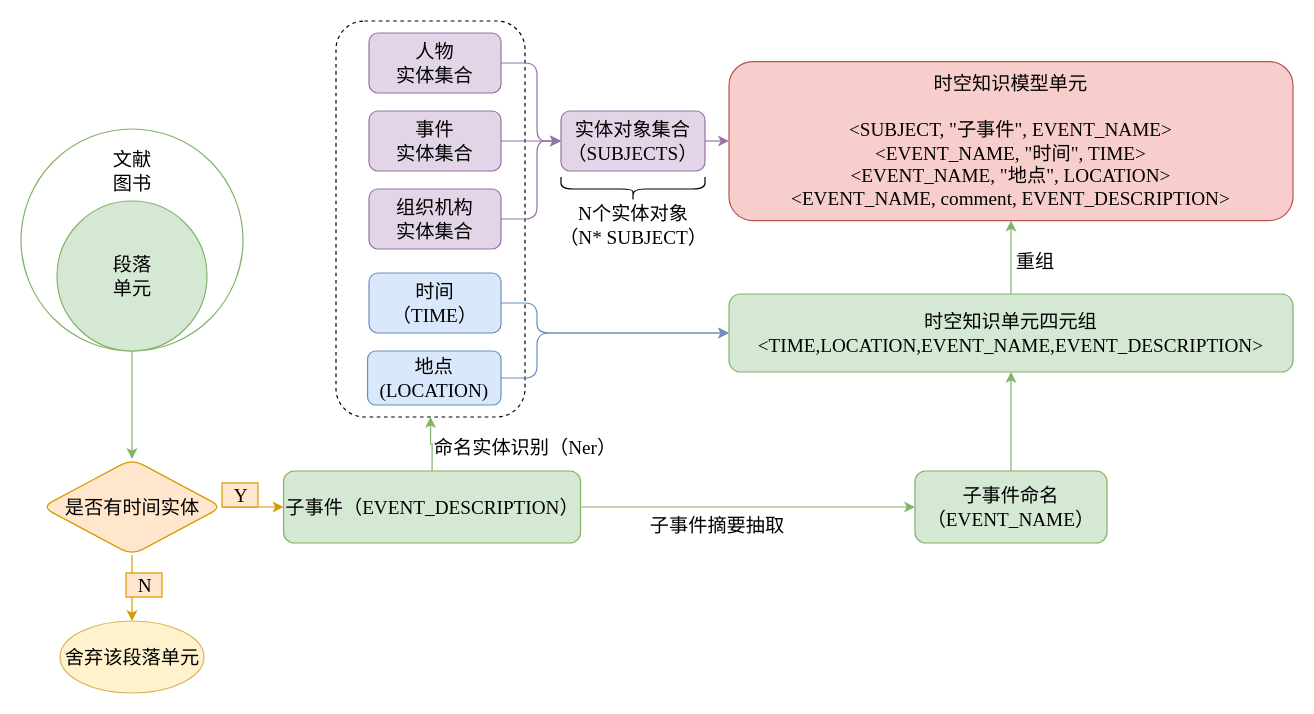
Above: KG_build_fromBOOKS.drawio in junchaoIU/Diagrams_library (draw.io), before the change. Source tidied: cells renumbered, new cells numbered last; positions are measured from the earlier drawing's top-left corner, leaving out a move shared by most shapes. Both pictures are drawn from the tidied source at 120%, with x=0, y=0 at pixel (20, 20).
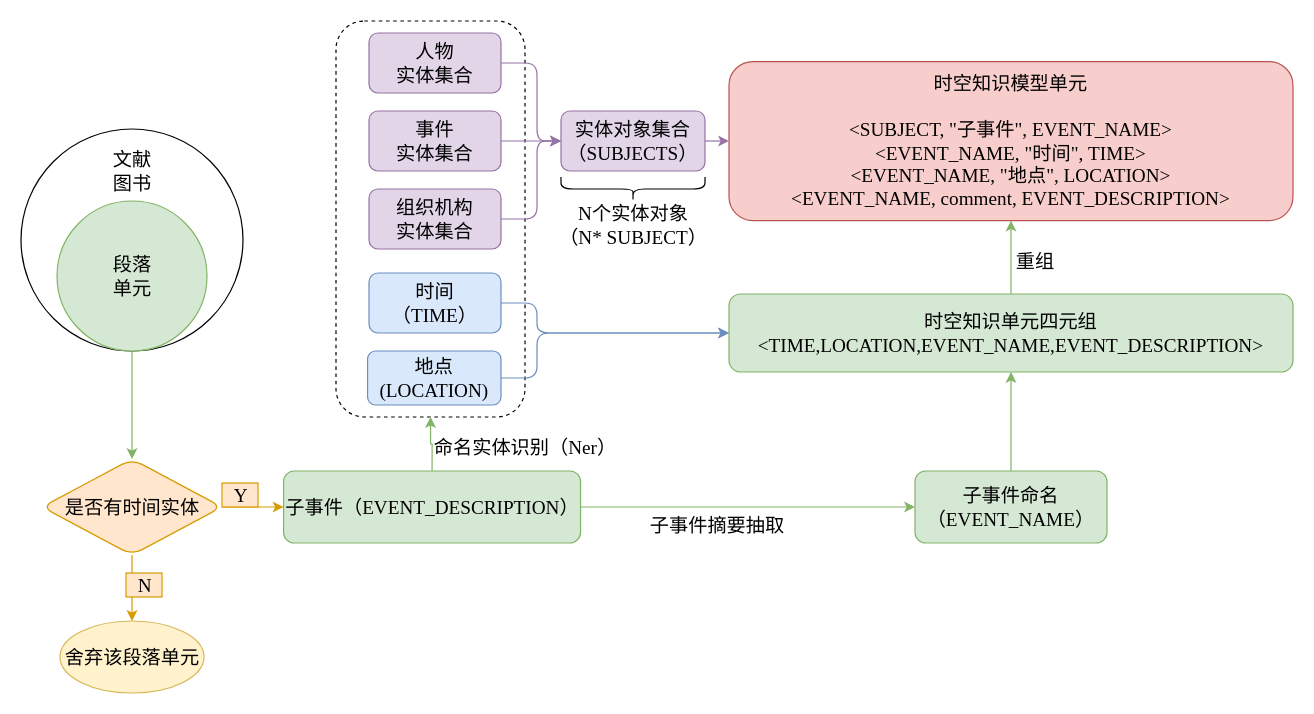
After the change.

The edit, as a diff of the source:
```diff
@@
-    <mxCell id="9" style="ellipse;whiteSpace=wrap;html=1;rounded=1;fontSize=16;strokeWidth=1;fontStyle=0;fillColor=none;strokeColor=#82b366;" parent="1" vertex="1">
+    <mxCell id="9" style="ellipse;whiteSpace=wrap;html=1;rounded=1;fontSize=16;strokeWidth=1;fontStyle=0;" parent="1" vertex="1">
       <mxGeometry y="90" width="185" height="185" as="geometry" />
     </mxCell>
```
